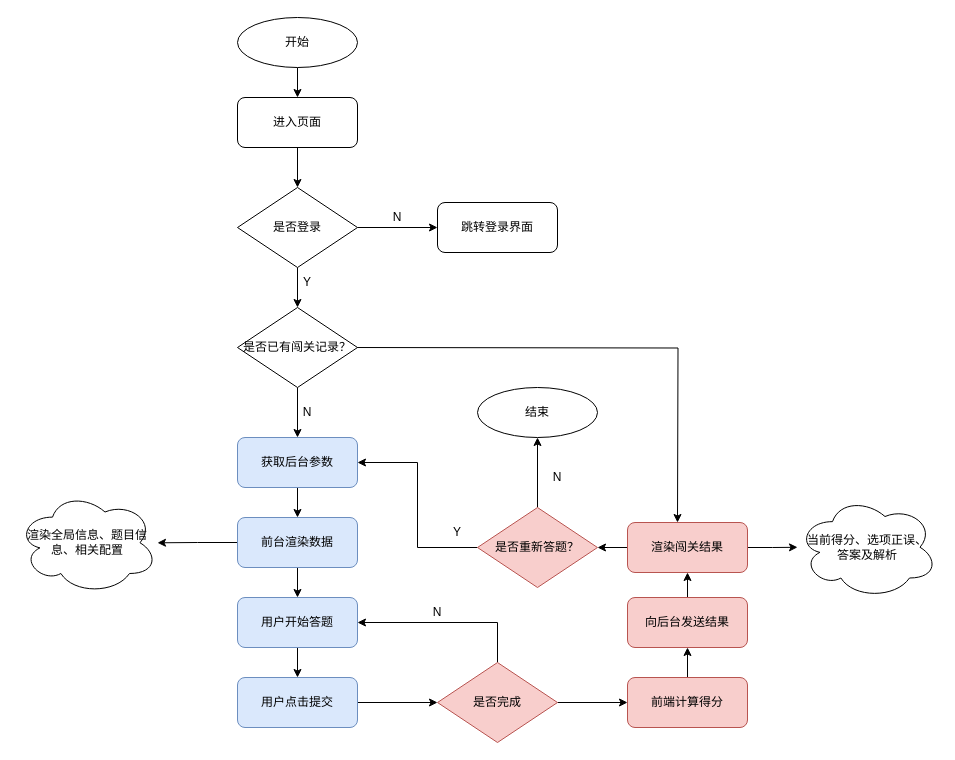
The draw.io diagram page "闯关流程图" (12 of 16) of 毕业设计/毕业设计.drawio in bosombaby/draw-store, before the edit. Source tidied: cells renumbered, new cells numbered last; positions are measured from the earlier drawing's top-left corner, leaving out a move shared by most shapes. Both pictures are drawn from the tidied source at 100%, with x=0, y=0 at pixel (17, 17).
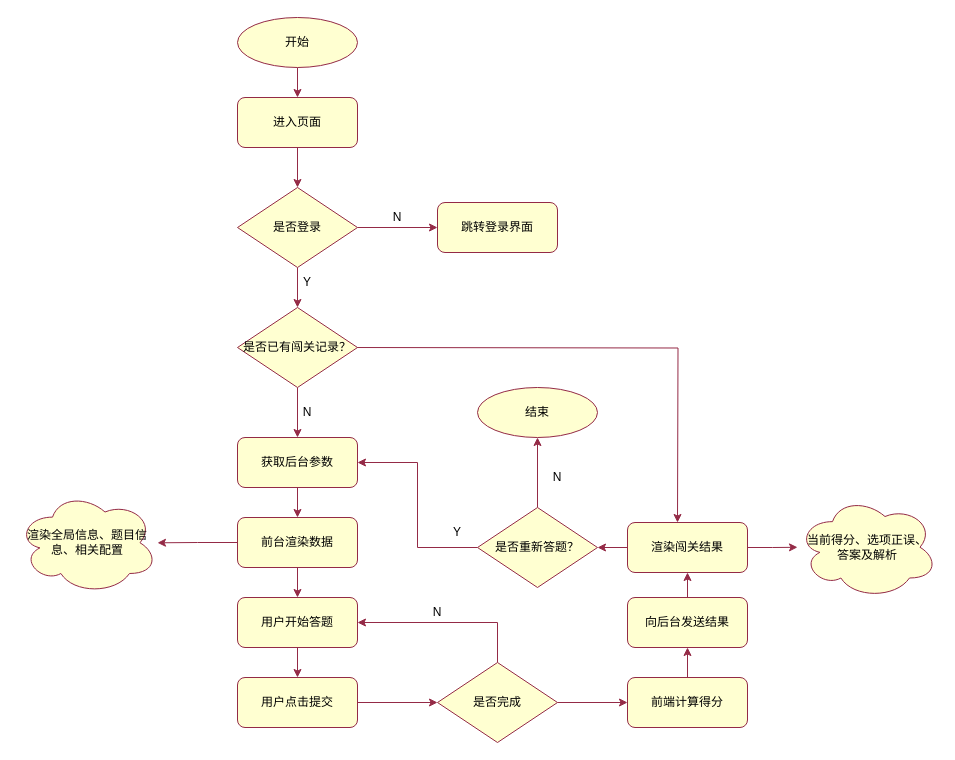
After the change.

Diff of the diagram source:
```diff
@@
-    <mxCell id="2" style="edgeStyle=orthogonalEdgeStyle;rounded=0;jettySize=auto;html=1;exitX=0.5;exitY=1;exitDx=0;exitDy=0;" parent="1" edge="1" source="3" target="5">
+    <mxCell id="2" style="edgeStyle=orthogonalEdgeStyle;rounded=0;jettySize=auto;html=1;exitX=0.5;exitY=1;exitDx=0;exitDy=0;strokeColor=#942A46;" parent="1" edge="1" source="3" target="5">
       <mxGeometry relative="1" as="geometry" />
     </mxCell>
-    <mxCell id="3" value="开始" style="ellipse;whiteSpace=wrap;html=1;" parent="1" vertex="1">
+    <mxCell id="3" value="开始" style="ellipse;whiteSpace=wrap;html=1;strokeColor=#942A46;align=center;verticalAlign=middle;fontFamily=Helvetica;fontSize=12;fontColor=default;fillColor=#FFFFD1;" parent="1" vertex="1">
       <mxGeometry x="220" width="120" height="50" as="geometry" />
     </mxCell>
-    <mxCell id="4" style="edgeStyle=orthogonalEdgeStyle;rounded=0;jettySize=auto;html=1;exitX=0.5;exitY=1;exitDx=0;exitDy=0;" parent="1" edge="1" source="5" target="8">
+    <mxCell id="4" style="edgeStyle=orthogonalEdgeStyle;rounded=0;jettySize=auto;html=1;exitX=0.5;exitY=1;exitDx=0;exitDy=0;strokeColor=#942A46;" parent="1" edge="1" source="5" target="8">
       <mxGeometry relative="1" as="geometry" />
     </mxCell>
-    <mxCell id="5" value="进入页面" style="rounded=1;whiteSpace=wrap;html=1;" parent="1" vertex="1">
+    <mxCell id="5" value="进入页面" style="rounded=1;whiteSpace=wrap;html=1;strokeColor=#942A46;align=center;verticalAlign=middle;fontFamily=Helvetica;fontSize=12;fontColor=default;fillColor=#FFFFD1;" parent="1" vertex="1">
       <mxGeometry x="220" y="80" width="120" height="50" as="geometry" />
     </mxCell>
-    <mxCell id="6" style="edgeStyle=orthogonalEdgeStyle;rounded=0;jettySize=auto;html=1;exitX=1;exitY=0.5;exitDx=0;exitDy=0;" parent="1" edge="1" source="8" target="9">
+    <mxCell id="6" style="edgeStyle=orthogonalEdgeStyle;rounded=0;jettySize=auto;html=1;exitX=1;exitY=0.5;exitDx=0;exitDy=0;strokeColor=#942A46;" parent="1" edge="1" source="8" target="9">
       <mxGeometry relative="1" as="geometry" />
     </mxCell>
-    <mxCell id="7" style="edgeStyle=orthogonalEdgeStyle;rounded=0;jettySize=auto;html=1;exitX=0.5;exitY=1;exitDx=0;exitDy=0;entryX=0.5;entryY=0;entryDx=0;entryDy=0;" parent="1" edge="1" source="8" target="36">
+    <mxCell id="7" style="edgeStyle=orthogonalEdgeStyle;rounded=0;jettySize=auto;html=1;exitX=0.5;exitY=1;exitDx=0;exitDy=0;entryX=0.5;entryY=0;entryDx=0;entryDy=0;strokeColor=#942A46;" parent="1" edge="1" source="8" target="36">
       <mxGeometry relative="1" as="geometry" />
     </mxCell>
-    <mxCell id="8" value="是否登录" style="rhombus;whiteSpace=wrap;html=1;" parent="1" vertex="1">
+    <mxCell id="8" value="是否登录" style="rhombus;whiteSpace=wrap;html=1;strokeColor=#942A46;align=center;verticalAlign=middle;fontFamily=Helvetica;fontSize=12;fontColor=default;fillColor=#FFFFD1;" parent="1" vertex="1">
       <mxGeometry x="220" y="170" width="120" height="80" as="geometry" />
     </mxCell>
-    <mxCell id="9" value="跳转登录界面" style="rounded=1;whiteSpace=wrap;html=1;" parent="1" vertex="1">
+    <mxCell id="9" value="跳转登录界面" style="rounded=1;whiteSpace=wrap;html=1;strokeColor=#942A46;align=center;verticalAlign=middle;fontFamily=Helvetica;fontSize=12;fontColor=default;fillColor=#FFFFD1;" parent="1" vertex="1">
       <mxGeometry x="420" y="185" width="120" height="50" as="geometry" />
     </mxCell>
@@
-    <mxCell id="11" style="edgeStyle=orthogonalEdgeStyle;rounded=0;jettySize=auto;html=1;exitX=0.5;exitY=1;exitDx=0;exitDy=0;" parent="1" edge="1" source="12" target="16">
+    <mxCell id="11" style="edgeStyle=orthogonalEdgeStyle;rounded=0;jettySize=auto;html=1;exitX=0.5;exitY=1;exitDx=0;exitDy=0;strokeColor=#942A46;" parent="1" edge="1" source="12" target="16">
       <mxGeometry relative="1" as="geometry" />
     </mxCell>
-    <mxCell id="12" value="获取后台参数" style="rounded=1;whiteSpace=wrap;html=1;fillColor=#dae8fc;strokeColor=#6c8ebf;" parent="1" vertex="1">
+    <mxCell id="12" value="获取后台参数" style="rounded=1;whiteSpace=wrap;html=1;fillColor=#FFFFD1;strokeColor=#942A46;align=center;verticalAlign=middle;fontFamily=Helvetica;fontSize=12;fontColor=default;" parent="1" vertex="1">
       <mxGeometry x="220" y="420" width="120" height="50" as="geometry" />
     </mxCell>
@@
-    <mxCell id="14" style="edgeStyle=orthogonalEdgeStyle;rounded=0;jettySize=auto;html=1;exitX=0.5;exitY=1;exitDx=0;exitDy=0;entryX=0.5;entryY=0;entryDx=0;entryDy=0;" parent="1" edge="1" source="16" target="18">
+    <mxCell id="14" style="edgeStyle=orthogonalEdgeStyle;rounded=0;jettySize=auto;html=1;exitX=0.5;exitY=1;exitDx=0;exitDy=0;entryX=0.5;entryY=0;entryDx=0;entryDy=0;strokeColor=#942A46;" parent="1" edge="1" source="16" target="18">
       <mxGeometry relative="1" as="geometry" />
     </mxCell>
-    <mxCell id="15" style="edgeStyle=orthogonalEdgeStyle;rounded=0;jettySize=auto;html=1;exitX=0;exitY=0.5;exitDx=0;exitDy=0;" parent="1" edge="1" source="16" target="33">
+    <mxCell id="15" style="edgeStyle=orthogonalEdgeStyle;rounded=0;jettySize=auto;html=1;exitX=0;exitY=0.5;exitDx=0;exitDy=0;strokeColor=#942A46;" parent="1" edge="1" source="16" target="33">
       <mxGeometry relative="1" as="geometry" />
     </mxCell>
-    <mxCell id="16" value="前台渲染数据" style="rounded=1;whiteSpace=wrap;html=1;fillColor=#dae8fc;strokeColor=#6c8ebf;" parent="1" vertex="1">
+    <mxCell id="16" value="前台渲染数据" style="rounded=1;whiteSpace=wrap;html=1;fillColor=#FFFFD1;strokeColor=#942A46;align=center;verticalAlign=middle;fontFamily=Helvetica;fontSize=12;fontColor=default;" parent="1" vertex="1">
       <mxGeometry x="220" y="500" width="120" height="50" as="geometry" />
     </mxCell>
-    <mxCell id="17" style="edgeStyle=orthogonalEdgeStyle;rounded=0;jettySize=auto;html=1;exitX=0.5;exitY=1;exitDx=0;exitDy=0;" parent="1" edge="1" source="18" target="23">
+    <mxCell id="17" style="edgeStyle=orthogonalEdgeStyle;rounded=0;jettySize=auto;html=1;exitX=0.5;exitY=1;exitDx=0;exitDy=0;strokeColor=#942A46;" parent="1" edge="1" source="18" target="23">
       <mxGeometry relative="1" as="geometry" />
     </mxCell>
-    <mxCell id="18" value="用户开始答题" style="rounded=1;whiteSpace=wrap;html=1;fillColor=#dae8fc;strokeColor=#6c8ebf;" parent="1" vertex="1">
+    <mxCell id="18" value="用户开始答题" style="rounded=1;whiteSpace=wrap;html=1;fillColor=#FFFFD1;strokeColor=#942A46;align=center;verticalAlign=middle;fontFamily=Helvetica;fontSize=12;fontColor=default;" parent="1" vertex="1">
       <mxGeometry x="220" y="580" width="120" height="50" as="geometry" />
     </mxCell>
-    <mxCell id="19" style="edgeStyle=orthogonalEdgeStyle;rounded=0;jettySize=auto;html=1;exitX=0.5;exitY=0;exitDx=0;exitDy=0;entryX=1;entryY=0.5;entryDx=0;entryDy=0;" parent="1" edge="1" source="21" target="18">
+    <mxCell id="19" style="edgeStyle=orthogonalEdgeStyle;rounded=0;jettySize=auto;html=1;exitX=0.5;exitY=0;exitDx=0;exitDy=0;entryX=1;entryY=0.5;entryDx=0;entryDy=0;strokeColor=#942A46;" parent="1" edge="1" source="21" target="18">
       <mxGeometry relative="1" as="geometry" />
     </mxCell>
-    <mxCell id="20" style="edgeStyle=orthogonalEdgeStyle;rounded=0;jettySize=auto;html=1;exitX=1;exitY=0.5;exitDx=0;exitDy=0;entryX=0;entryY=0.5;entryDx=0;entryDy=0;" parent="1" edge="1" source="21" target="26">
+    <mxCell id="20" style="edgeStyle=orthogonalEdgeStyle;rounded=0;jettySize=auto;html=1;exitX=1;exitY=0.5;exitDx=0;exitDy=0;entryX=0;entryY=0.5;entryDx=0;entryDy=0;strokeColor=#942A46;" parent="1" edge="1" source="21" target="26">
       <mxGeometry relative="1" as="geometry" />
     </mxCell>
-    <mxCell id="21" value="是否完成" style="rhombus;whiteSpace=wrap;html=1;fillColor=#f8cecc;strokeColor=#b85450;" parent="1" vertex="1">
+    <mxCell id="21" value="是否完成" style="rhombus;whiteSpace=wrap;html=1;fillColor=#FFFFD1;strokeColor=#942A46;align=center;verticalAlign=middle;fontFamily=Helvetica;fontSize=12;fontColor=default;" parent="1" vertex="1">
       <mxGeometry x="420" y="645" width="120" height="80" as="geometry" />
     </mxCell>
-    <mxCell id="22" style="edgeStyle=orthogonalEdgeStyle;rounded=0;jettySize=auto;html=1;exitX=1;exitY=0.5;exitDx=0;exitDy=0;" parent="1" edge="1" source="23" target="21">
+    <mxCell id="22" style="edgeStyle=orthogonalEdgeStyle;rounded=0;jettySize=auto;html=1;exitX=1;exitY=0.5;exitDx=0;exitDy=0;strokeColor=#942A46;" parent="1" edge="1" source="23" target="21">
       <mxGeometry relative="1" as="geometry" />
     </mxCell>
-    <mxCell id="23" value="用户点击提交" style="rounded=1;whiteSpace=wrap;html=1;fillColor=#dae8fc;strokeColor=#6c8ebf;" parent="1" vertex="1">
+    <mxCell id="23" value="用户点击提交" style="rounded=1;whiteSpace=wrap;html=1;fillColor=#FFFFD1;strokeColor=#942A46;align=center;verticalAlign=middle;fontFamily=Helvetica;fontSize=12;fontColor=default;" parent="1" vertex="1">
       <mxGeometry x="220" y="660" width="120" height="50" as="geometry" />
     </mxCell>
@@
-    <mxCell id="25" style="edgeStyle=orthogonalEdgeStyle;rounded=0;jettySize=auto;html=1;exitX=0.5;exitY=0;exitDx=0;exitDy=0;" parent="1" edge="1" source="26" target="28">
+    <mxCell id="25" style="edgeStyle=orthogonalEdgeStyle;rounded=0;jettySize=auto;html=1;exitX=0.5;exitY=0;exitDx=0;exitDy=0;strokeColor=#942A46;" parent="1" edge="1" source="26" target="28">
       <mxGeometry relative="1" as="geometry" />
     </mxCell>
-    <mxCell id="26" value="前端计算得分" style="rounded=1;whiteSpace=wrap;html=1;fillColor=#f8cecc;strokeColor=#b85450;" parent="1" vertex="1">
+    <mxCell id="26" value="前端计算得分" style="rounded=1;whiteSpace=wrap;html=1;fillColor=#FFFFD1;strokeColor=#942A46;align=center;verticalAlign=middle;fontFamily=Helvetica;fontSize=12;fontColor=default;" parent="1" vertex="1">
       <mxGeometry x="610" y="660" width="120" height="50" as="geometry" />
     </mxCell>
-    <mxCell id="27" style="edgeStyle=orthogonalEdgeStyle;rounded=0;jettySize=auto;html=1;exitX=0.5;exitY=0;exitDx=0;exitDy=0;entryX=0.5;entryY=1;entryDx=0;entryDy=0;" parent="1" edge="1" source="28" target="31">
+    <mxCell id="27" style="edgeStyle=orthogonalEdgeStyle;rounded=0;jettySize=auto;html=1;exitX=0.5;exitY=0;exitDx=0;exitDy=0;entryX=0.5;entryY=1;entryDx=0;entryDy=0;strokeColor=#942A46;" parent="1" edge="1" source="28" target="31">
       <mxGeometry relative="1" as="geometry" />
     </mxCell>
-    <mxCell id="28" value="向后台发送结果" style="rounded=1;whiteSpace=wrap;html=1;fillColor=#f8cecc;strokeColor=#b85450;" parent="1" vertex="1">
+    <mxCell id="28" value="向后台发送结果" style="rounded=1;whiteSpace=wrap;html=1;fillColor=#FFFFD1;strokeColor=#942A46;align=center;verticalAlign=middle;fontFamily=Helvetica;fontSize=12;fontColor=default;" parent="1" vertex="1">
       <mxGeometry x="610" y="580" width="120" height="50" as="geometry" />
     </mxCell>
-    <mxCell id="29" style="edgeStyle=orthogonalEdgeStyle;rounded=0;jettySize=auto;html=1;exitX=1;exitY=0.5;exitDx=0;exitDy=0;" parent="1" edge="1" source="31" target="32">
+    <mxCell id="29" style="edgeStyle=orthogonalEdgeStyle;rounded=0;jettySize=auto;html=1;exitX=1;exitY=0.5;exitDx=0;exitDy=0;strokeColor=#942A46;" parent="1" edge="1" source="31" target="32">
       <mxGeometry relative="1" as="geometry" />
     </mxCell>
-    <mxCell id="30" style="edgeStyle=orthogonalEdgeStyle;rounded=0;jettySize=auto;html=1;exitX=0;exitY=0.5;exitDx=0;exitDy=0;" parent="1" edge="1" source="31" target="40">
+    <mxCell id="30" style="edgeStyle=orthogonalEdgeStyle;rounded=0;jettySize=auto;html=1;exitX=0;exitY=0.5;exitDx=0;exitDy=0;strokeColor=#942A46;" parent="1" edge="1" source="31" target="40">
       <mxGeometry relative="1" as="geometry" />
     </mxCell>
-    <mxCell id="31" value="渲染闯关结果" style="rounded=1;whiteSpace=wrap;html=1;fillColor=#f8cecc;strokeColor=#b85450;" parent="1" vertex="1">
+    <mxCell id="31" value="渲染闯关结果" style="rounded=1;whiteSpace=wrap;html=1;fillColor=#FFFFD1;strokeColor=#942A46;align=center;verticalAlign=middle;fontFamily=Helvetica;fontSize=12;fontColor=default;" parent="1" vertex="1">
       <mxGeometry x="610" y="505" width="120" height="50" as="geometry" />
     </mxCell>
-    <mxCell id="32" value="&lt;font style=&quot;font-size: 12px;&quot;&gt;当前得分、选项正误、答案及解析&lt;/font&gt;" style="ellipse;shape=cloud;whiteSpace=wrap;html=1;labelPosition=center;verticalLabelPosition=middle;align=center;verticalAlign=middle;spacingLeft=7;spacingRight=7;" parent="1" vertex="1">
+    <mxCell id="32" value="&lt;font style=&quot;font-size: 12px;&quot;&gt;当前得分、选项正误、答案及解析&lt;/font&gt;" style="ellipse;shape=cloud;whiteSpace=wrap;html=1;labelPosition=center;verticalLabelPosition=middle;align=center;verticalAlign=middle;spacingLeft=7;spacingRight=7;strokeColor=#942A46;fontFamily=Helvetica;fontSize=12;fontColor=default;fillColor=#FFFFD1;" parent="1" vertex="1">
       <mxGeometry x="780" y="478.5" width="140" height="102.5" as="geometry" />
     </mxCell>
-    <mxCell id="33" value="渲染全局信息、题目信息、相关配置" style="ellipse;shape=cloud;whiteSpace=wrap;html=1;labelPosition=center;verticalLabelPosition=middle;align=center;verticalAlign=middle;spacingLeft=7;spacingRight=7;" parent="1" vertex="1">
+    <mxCell id="33" value="渲染全局信息、题目信息、相关配置" style="ellipse;shape=cloud;whiteSpace=wrap;html=1;labelPosition=center;verticalLabelPosition=middle;align=center;verticalAlign=middle;spacingLeft=7;spacingRight=7;strokeColor=#942A46;fontFamily=Helvetica;fontSize=12;fontColor=default;fillColor=#FFFFD1;" parent="1" vertex="1">
       <mxGeometry y="474" width="140" height="102.5" as="geometry" />
     </mxCell>
-    <mxCell id="34" style="edgeStyle=orthogonalEdgeStyle;rounded=0;jettySize=auto;html=1;exitX=0.5;exitY=1;exitDx=0;exitDy=0;" parent="1" edge="1" source="36" target="12">
+    <mxCell id="34" style="edgeStyle=orthogonalEdgeStyle;rounded=0;jettySize=auto;html=1;exitX=0.5;exitY=1;exitDx=0;exitDy=0;strokeColor=#942A46;" parent="1" edge="1" source="36" target="12">
       <mxGeometry relative="1" as="geometry" />
     </mxCell>
-    <mxCell id="35" style="edgeStyle=orthogonalEdgeStyle;rounded=0;orthogonalLoop=1;jettySize=auto;html=1;exitX=1;exitY=0.5;exitDx=0;exitDy=0;" parent="1" edge="1">
+    <mxCell id="35" style="edgeStyle=orthogonalEdgeStyle;rounded=0;orthogonalLoop=1;jettySize=auto;html=1;exitX=1;exitY=0.5;exitDx=0;exitDy=0;strokeColor=#942A46;" parent="1" edge="1">
       <mxGeometry relative="1" as="geometry">
         <mxPoint x="330" y="330" as="sourcePoint" />
         <mxPoint x="660" y="505" as="targetPoint" />
       </mxGeometry>
     </mxCell>
-    <mxCell id="36" value="是否已有闯关记录？" style="rhombus;whiteSpace=wrap;html=1;" parent="1" vertex="1">
+    <mxCell id="36" value="是否已有闯关记录？" style="rhombus;whiteSpace=wrap;html=1;strokeColor=#942A46;align=center;verticalAlign=middle;fontFamily=Helvetica;fontSize=12;fontColor=default;fillColor=#FFFFD1;" parent="1" vertex="1">
       <mxGeometry x="220" y="290" width="120" height="80" as="geometry" />
     </mxCell>
@@
-    <mxCell id="38" style="edgeStyle=orthogonalEdgeStyle;rounded=0;jettySize=auto;html=1;exitX=0;exitY=0.5;exitDx=0;exitDy=0;entryX=1;entryY=0.5;entryDx=0;entryDy=0;" parent="1" edge="1" source="40" target="12">
+    <mxCell id="38" style="edgeStyle=orthogonalEdgeStyle;rounded=0;jettySize=auto;html=1;exitX=0;exitY=0.5;exitDx=0;exitDy=0;entryX=1;entryY=0.5;entryDx=0;entryDy=0;strokeColor=#942A46;" parent="1" edge="1" source="40" target="12">
       <mxGeometry relative="1" as="geometry" />
     </mxCell>
-    <mxCell id="39" style="edgeStyle=orthogonalEdgeStyle;rounded=0;jettySize=auto;html=1;exitX=0.5;exitY=0;exitDx=0;exitDy=0;entryX=0.5;entryY=1;entryDx=0;entryDy=0;" parent="1" edge="1" source="40" target="42">
+    <mxCell id="39" style="edgeStyle=orthogonalEdgeStyle;rounded=0;jettySize=auto;html=1;exitX=0.5;exitY=0;exitDx=0;exitDy=0;entryX=0.5;entryY=1;entryDx=0;entryDy=0;strokeColor=#942A46;" parent="1" edge="1" source="40" target="42">
       <mxGeometry relative="1" as="geometry" />
     </mxCell>
-    <mxCell id="40" value="是否重新答题？" style="rhombus;whiteSpace=wrap;html=1;fillColor=#f8cecc;strokeColor=#b85450;" parent="1" vertex="1">
+    <mxCell id="40" value="是否重新答题？" style="rhombus;whiteSpace=wrap;html=1;fillColor=#FFFFD1;strokeColor=#942A46;align=center;verticalAlign=middle;fontFamily=Helvetica;fontSize=12;fontColor=default;" parent="1" vertex="1">
       <mxGeometry x="460" y="490" width="120" height="80" as="geometry" />
     </mxCell>
@@
-    <mxCell id="42" value="结束" style="ellipse;whiteSpace=wrap;html=1;" parent="1" vertex="1">
+    <mxCell id="42" value="结束" style="ellipse;whiteSpace=wrap;html=1;strokeColor=#942A46;align=center;verticalAlign=middle;fontFamily=Helvetica;fontSize=12;fontColor=default;fillColor=#FFFFD1;" parent="1" vertex="1">
       <mxGeometry x="460" y="370" width="120" height="50" as="geometry" />
     </mxCell>
```
